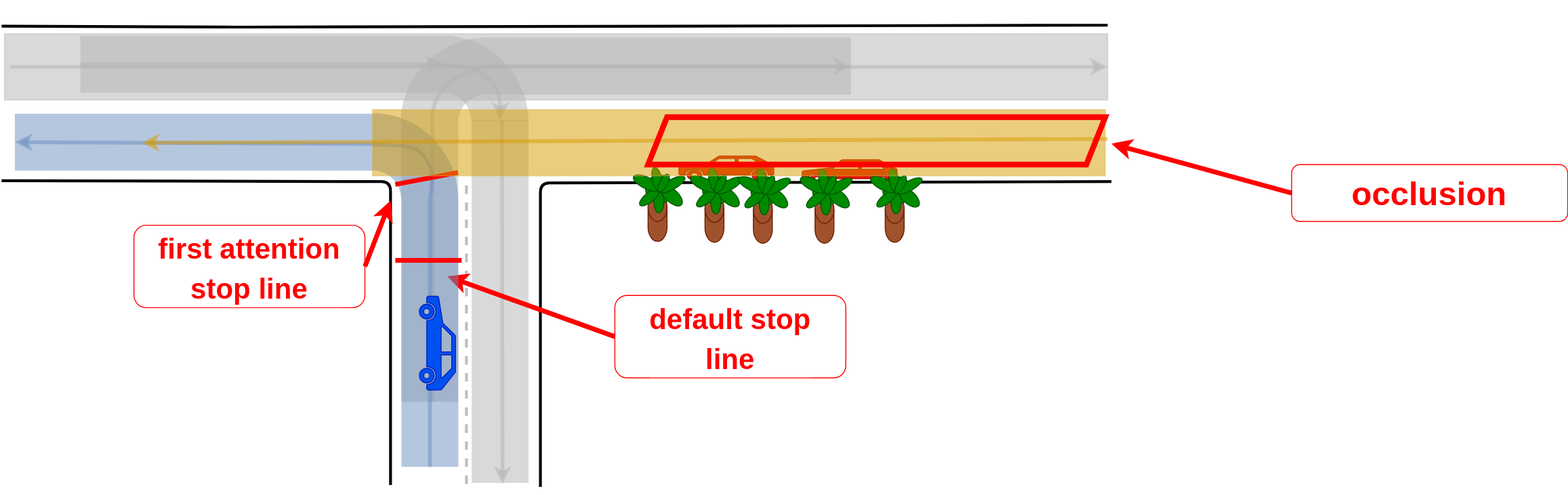
This is pr-5566/planning/behavior_velocity_intersection_module/docs/occlusion-without-tl.drawio.svg from zusizusi/autoware.universe, a draw.io export, as it was before one commit. Source tidied: cells renumbered, new cells last; positions are measured from the earlier drawing's top-left corner, leaving out a move shared by most shapes. Source of this version:
```xml
<mxGraphModel>
  <root>
    <mxCell id="0" />
    <mxCell id="1" parent="0" />
    <mxCell id="2" style="endArrow=none;html=1;strokeWidth=3;" parent="1" edge="1">
      <mxGeometry relative="1" as="geometry">
        <mxPoint y="27" as="sourcePoint" />
        <mxPoint x="1166" y="26" as="targetPoint" />
        <Array as="points">
          <mxPoint x="242" y="28" />
        </Array>
      </mxGeometry>
    </mxCell>
    <mxCell id="3" style="endArrow=none;html=1;strokeWidth=3;" parent="1" edge="1">
      <mxGeometry relative="1" as="geometry">
        <mxPoint y="190" as="sourcePoint" />
        <mxPoint x="410" y="511" as="targetPoint" />
        <Array as="points">
          <mxPoint x="410" y="191" />
        </Array>
      </mxGeometry>
    </mxCell>
    <mxCell id="4" style="endArrow=none;html=1;strokeWidth=3;" parent="1" edge="1">
      <mxGeometry relative="1" as="geometry">
        <mxPoint x="1170" y="191" as="sourcePoint" />
        <mxPoint x="568" y="513" as="targetPoint" />
        <Array as="points">
          <mxPoint x="568" y="192.5" />
        </Array>
      </mxGeometry>
    </mxCell>
    <mxCell id="5" style="endArrow=none;html=1;strokeWidth=3;dashed=1;strokeColor=#BFBFBF;" parent="1" edge="1">
      <mxGeometry relative="1" as="geometry">
        <mxPoint x="490" y="510" as="sourcePoint" />
        <mxPoint x="490" y="191" as="targetPoint" />
      </mxGeometry>
    </mxCell>
    <mxCell id="6" style="group;" parent="1" vertex="1">
      <mxGeometry x="384" y="2" width="511.4" height="421.2" as="geometry" />
    </mxCell>
    <mxCell id="7" style="verticalLabelPosition=bottom;verticalAlign=top;html=1;shape=mxgraph.basic.partConcEllipse;startAngle=0.8627813740139013;endAngle=0.1103675079776549;arcWidth=0.67;fillColor=#B3B3B3;rotation=-40;strokeColor=none;opacity=50;" parent="6" vertex="1">
      <mxGeometry x="36.4" y="37.2" width="181" height="179" as="geometry" />
    </mxCell>
    <mxCell id="8" style="rounded=0;whiteSpace=wrap;html=1;fillColor=#B3B3B3;rotation=0;strokeColor=none;opacity=50;" parent="6" vertex="1">
      <mxGeometry x="126.4" y="37.2" width="385" height="60" as="geometry" />
    </mxCell>
    <mxCell id="9" style="rounded=0;whiteSpace=wrap;html=1;fillColor=#B3B3B3;rotation=-90;strokeColor=none;opacity=50;gradientColor=none;" parent="6" vertex="1">
      <mxGeometry x="-80.1" y="243.7" width="295" height="60" as="geometry" />
    </mxCell>
    <mxCell id="10" style="endArrow=none;html=1;rounded=0;strokeColor=#B3B3B3;strokeWidth=4;opacity=50;exitX=1;exitY=0.5;exitDx=0;exitDy=0;entryX=0.997;entryY=0.547;entryDx=0;entryDy=0;endFill=0;entryPerimeter=0;" parent="6" edge="1" target="9">
      <mxGeometry relative="1" as="geometry">
        <mxPoint x="70" y="421.2" as="sourcePoint" />
      </mxGeometry>
    </mxCell>
    <mxCell id="11" style="curved=1;endArrow=none;html=1;rounded=0;strokeColor=#B3B3B3;strokeWidth=4;opacity=50;entryX=0;entryY=0.5;entryDx=0;entryDy=0;endFill=0;" parent="6" edge="1" source="9" target="8">
      <mxGeometry relative="1" as="geometry">
        <Array as="points">
          <mxPoint x="70" y="80" />
        </Array>
      </mxGeometry>
    </mxCell>
    <mxCell id="12" style="endArrow=classic;html=1;rounded=0;strokeColor=#B3B3B3;strokeWidth=4;opacity=50;exitX=0;exitY=0.5;exitDx=0;exitDy=0;entryX=1;entryY=0.5;entryDx=0;entryDy=0;" parent="6" edge="1" source="8" target="8">
      <mxGeometry relative="1" as="geometry" />
    </mxCell>
    <mxCell id="13" style="group;" parent="1" vertex="1">
      <mxGeometry x="3" y="35" width="1163" height="69.9" as="geometry" />
    </mxCell>
    <mxCell id="14" style="rounded=0;whiteSpace=wrap;html=1;fillColor=#B3B3B3;rotation=-180;fontColor=#333333;strokeColor=#B3B3B3;opacity=50;" parent="13" vertex="1">
      <mxGeometry width="1163" height="69.9" as="geometry" />
    </mxCell>
    <mxCell id="15" style="endArrow=classic;html=1;rounded=0;strokeWidth=4;strokeColor=#B3B3B3;opacity=50;entryX=0;entryY=0.5;entryDx=0;entryDy=0;" parent="13" edge="1" target="14">
      <mxGeometry relative="1" as="geometry">
        <mxPoint x="6.4" y="35" as="sourcePoint" />
      </mxGeometry>
    </mxCell>
    <mxCell id="16" style="group;" parent="1" vertex="1">
      <mxGeometry x="83" width="509.2" height="510" as="geometry" />
    </mxCell>
    <mxCell id="17" style="verticalLabelPosition=bottom;verticalAlign=top;html=1;shape=mxgraph.basic.partConcEllipse;startAngle=0.8627813740139013;endAngle=0.1103675079776549;arcWidth=0.67;fillColor=#B3B3B3;rotation=50;strokeColor=none;opacity=50;" parent="16" vertex="1">
      <mxGeometry x="292" y="37.4" width="181" height="179" as="geometry" />
    </mxCell>
    <mxCell id="18" style="rounded=0;whiteSpace=wrap;html=1;fillColor=#B3B3B3;rotation=90;strokeColor=none;opacity=50;" parent="16" vertex="1">
      <mxGeometry x="251" y="287.4" width="383" height="60" as="geometry" />
    </mxCell>
    <mxCell id="19" style="rounded=0;whiteSpace=wrap;html=1;fillColor=#B3B3B3;rotation=-180;strokeColor=none;opacity=50;" parent="16" vertex="1">
      <mxGeometry y="37.4" width="383" height="60" as="geometry" />
    </mxCell>
    <mxCell id="20" style="endArrow=classic;html=1;rounded=0;strokeColor=#B3B3B3;strokeWidth=4;opacity=50;exitX=1;exitY=0.5;exitDx=0;exitDy=0;entryX=0;entryY=0.5;entryDx=0;entryDy=0;" parent="16" edge="1" source="19" target="19">
      <mxGeometry relative="1" as="geometry" />
    </mxCell>
    <mxCell id="21" style="curved=1;endArrow=classic;html=1;rounded=0;strokeColor=#B3B3B3;strokeWidth=4;opacity=50;exitX=0;exitY=0.5;exitDx=0;exitDy=0;entryX=0;entryY=0.5;entryDx=0;entryDy=0;" parent="16" edge="1" source="19" target="18">
      <mxGeometry relative="1" as="geometry">
        <Array as="points">
          <mxPoint x="443" y="70" />
        </Array>
      </mxGeometry>
    </mxCell>
    <mxCell id="22" style="endArrow=classic;html=1;rounded=0;strokeColor=#B3B3B3;strokeWidth=4;opacity=50;exitX=0.72;exitY=0.234;exitDx=0;exitDy=0;exitPerimeter=0;" parent="16" edge="1" source="17">
      <mxGeometry relative="1" as="geometry">
        <mxPoint x="445" y="510" as="targetPoint" />
      </mxGeometry>
    </mxCell>
    <mxCell id="23" style="group;" parent="1" vertex="1">
      <mxGeometry x="460" y="78" width="620" height="413" as="geometry" />
    </mxCell>
    <mxCell id="24" style="shape=mxgraph.signs.transportation.car_3;html=1;fillColor=#e51400;strokeColor=#B20000;verticalLabelPosition=bottom;verticalAlign=top;align=center;fontColor=#ffffff;" parent="23" vertex="1">
      <mxGeometry x="254" y="86" width="100" height="25" as="geometry" />
    </mxCell>
    <mxCell id="25" value="&lt;b style=&quot;font-size: 30px;&quot;&gt;&lt;font style=&quot;font-size: 30px;&quot;&gt;&lt;font color=&quot;#ff0000&quot;&gt;default stop&lt;br&gt;line&lt;/font&gt;&lt;br&gt;&lt;/font&gt;&lt;/b&gt;" style="rounded=1;whiteSpace=wrap;html=1;labelBackgroundColor=#FFFFFF;strokeColor=#FF0000;fontSize=35;fontColor=#D79B00;fillColor=none;" parent="23" vertex="1">
      <mxGeometry x="186.5" y="233" width="243.5" height="87" as="geometry" />
    </mxCell>
    <mxCell id="26" style="endArrow=classic;html=1;rounded=0;strokeColor=#FF0000;fontSize=35;fontColor=#3333FF;exitX=0;exitY=0.5;exitDx=0;exitDy=0;strokeWidth=5;" parent="1" edge="1" source="25">
      <mxGeometry relative="1" as="geometry">
        <mxPoint x="470" y="291" as="targetPoint" />
      </mxGeometry>
    </mxCell>
    <mxCell id="27" value="&lt;b style=&quot;&quot;&gt;&lt;font color=&quot;#ff0000&quot;&gt;occlusion&lt;/font&gt;&lt;/b&gt;" style="rounded=1;whiteSpace=wrap;html=1;labelBackgroundColor=#FFFFFF;strokeColor=#FF0000;fontSize=35;fontColor=#D79B00;fillColor=none;" parent="1" vertex="1">
      <mxGeometry x="1360" y="173" width="291" height="60" as="geometry" />
    </mxCell>
    <mxCell id="28" style="endArrow=classic;html=1;rounded=0;strokeColor=#FF0000;fontSize=35;fontColor=#3333FF;exitX=0;exitY=0.5;exitDx=0;exitDy=0;strokeWidth=5;" parent="1" edge="1" source="27">
      <mxGeometry relative="1" as="geometry">
        <mxPoint x="1170" y="151" as="targetPoint" />
      </mxGeometry>
    </mxCell>
    <mxCell id="29" style="group;" parent="1" vertex="1">
      <mxGeometry x="14" y="82" width="504.2" height="409.9" as="geometry" />
    </mxCell>
    <mxCell id="30" style="verticalLabelPosition=bottom;verticalAlign=top;html=1;shape=mxgraph.basic.partConcEllipse;startAngle=0.8627813740139013;endAngle=0.1103675079776549;arcWidth=0.67;fillColor=#6C8EBF;rotation=50;strokeColor=none;opacity=50;" parent="29" vertex="1">
      <mxGeometry x="287" y="37.4" width="181" height="179" as="geometry" />
    </mxCell>
    <mxCell id="31" style="rounded=0;whiteSpace=wrap;html=1;fillColor=#6C8EBF;rotation=90;strokeColor=none;opacity=50;" parent="29" vertex="1">
      <mxGeometry x="296" y="238.4" width="283" height="60" as="geometry" />
    </mxCell>
    <mxCell id="32" style="rounded=0;whiteSpace=wrap;html=1;fillColor=#6C8EBF;rotation=0;strokeColor=none;opacity=50;gradientColor=none;" parent="29" vertex="1">
      <mxGeometry y="37.4" width="378" height="60" as="geometry" />
    </mxCell>
    <mxCell id="33" style="endArrow=none;html=1;rounded=0;strokeColor=#6C8EBF;strokeWidth=4;opacity=50;exitX=1;exitY=0.5;exitDx=0;exitDy=0;entryX=0;entryY=0.5;entryDx=0;entryDy=0;endFill=0;" parent="29" edge="1" source="31" target="31">
      <mxGeometry relative="1" as="geometry" />
    </mxCell>
    <mxCell id="34" style="endArrow=classic;html=1;rounded=0;strokeColor=#6C8EBF;strokeWidth=4;opacity=50;exitX=0.262;exitY=0.287;exitDx=0;exitDy=0;entryX=0;entryY=0.5;entryDx=0;entryDy=0;exitPerimeter=0;" parent="29" edge="1" source="30" target="32">
      <mxGeometry relative="1" as="geometry" />
    </mxCell>
    <mxCell id="35" style="curved=1;endArrow=none;html=1;rounded=0;strokeColor=#6C8EBF;strokeWidth=4;opacity=50;exitX=0;exitY=0.5;exitDx=0;exitDy=0;endFill=0;" parent="29" edge="1" source="31">
      <mxGeometry relative="1" as="geometry">
        <mxPoint x="378" y="70" as="targetPoint" />
        <Array as="points">
          <mxPoint x="442" y="101.6" />
          <mxPoint x="432" y="81.6" />
          <mxPoint x="418" y="70" />
        </Array>
      </mxGeometry>
    </mxCell>
    <mxCell id="36" style="shape=mxgraph.signs.transportation.car_3;html=1;fillColor=#0050ef;strokeColor=#001DBC;verticalLabelPosition=bottom;verticalAlign=top;align=center;rotation=90;fontColor=#ffffff;" parent="29" vertex="1">
      <mxGeometry x="396" y="260.4" width="99" height="38" as="geometry" />
    </mxCell>
    <mxCell id="37" style="endArrow=none;html=1;rounded=0;strokeColor=#FF0000;fontSize=30;fontColor=#FF0000;strokeWidth=5;" parent="29" edge="1">
      <mxGeometry relative="1" as="geometry">
        <mxPoint x="401" y="192" as="sourcePoint" />
        <mxPoint x="471" y="192" as="targetPoint" />
      </mxGeometry>
    </mxCell>
    <mxCell id="38" style="shape=mxgraph.signs.transportation.car_3;html=1;fillColor=#e51400;strokeColor=#B20000;verticalLabelPosition=bottom;verticalAlign=top;align=center;fontColor=#ffffff;" parent="1" vertex="1">
      <mxGeometry x="844" y="168" width="100" height="25" as="geometry" />
    </mxCell>
    <mxCell id="39" style="shape=cylinder3;whiteSpace=wrap;html=1;boundedLbl=1;backgroundOutline=1;size=15;fillColor=#a0522d;fontColor=#ffffff;strokeColor=#6D1F00;" parent="1" vertex="1">
      <mxGeometry x="681.5" y="203" width="20" height="51" as="geometry" />
    </mxCell>
    <mxCell id="40" style="verticalLabelPosition=bottom;html=1;verticalAlign=top;align=center;shape=mxgraph.floorplan.plant;fillColor=#008a00;fontColor=#ffffff;strokeColor=#005700;" parent="1" vertex="1">
      <mxGeometry x="668" y="173" width="47" height="51" as="geometry" />
    </mxCell>
    <mxCell id="41" style="shape=cylinder3;whiteSpace=wrap;html=1;boundedLbl=1;backgroundOutline=1;size=15;fillColor=#a0522d;fontColor=#ffffff;strokeColor=#6D1F00;" parent="1" vertex="1">
      <mxGeometry x="741.5" y="204" width="20" height="51" as="geometry" />
    </mxCell>
    <mxCell id="42" style="verticalLabelPosition=bottom;html=1;verticalAlign=top;align=center;shape=mxgraph.floorplan.plant;fillColor=#008a00;fontColor=#ffffff;strokeColor=#005700;" parent="1" vertex="1">
      <mxGeometry x="728" y="174" width="47" height="51" as="geometry" />
    </mxCell>
    <mxCell id="43" style="shape=cylinder3;whiteSpace=wrap;html=1;boundedLbl=1;backgroundOutline=1;size=15;fillColor=#a0522d;fontColor=#ffffff;strokeColor=#6D1F00;" parent="1" vertex="1">
      <mxGeometry x="792.5" y="205" width="20" height="51" as="geometry" />
    </mxCell>
    <mxCell id="44" style="verticalLabelPosition=bottom;html=1;verticalAlign=top;align=center;shape=mxgraph.floorplan.plant;fillColor=#008a00;fontColor=#ffffff;strokeColor=#005700;" parent="1" vertex="1">
      <mxGeometry x="779" y="175" width="47" height="51" as="geometry" />
    </mxCell>
    <mxCell id="45" style="shape=cylinder3;whiteSpace=wrap;html=1;boundedLbl=1;backgroundOutline=1;size=15;fillColor=#a0522d;fontColor=#ffffff;strokeColor=#6D1F00;" parent="1" vertex="1">
      <mxGeometry x="857.5" y="205" width="20" height="51" as="geometry" />
    </mxCell>
    <mxCell id="46" style="verticalLabelPosition=bottom;html=1;verticalAlign=top;align=center;shape=mxgraph.floorplan.plant;fillColor=#008a00;fontColor=#ffffff;strokeColor=#005700;" parent="1" vertex="1">
      <mxGeometry x="844" y="175" width="47" height="51" as="geometry" />
    </mxCell>
    <mxCell id="47" style="shape=cylinder3;whiteSpace=wrap;html=1;boundedLbl=1;backgroundOutline=1;size=15;fillColor=#a0522d;fontColor=#ffffff;strokeColor=#6D1F00;" parent="1" vertex="1">
      <mxGeometry x="931.5" y="205" width="20" height="50" as="geometry" />
    </mxCell>
    <mxCell id="48" style="verticalLabelPosition=bottom;html=1;verticalAlign=top;align=center;shape=mxgraph.floorplan.plant;fillColor=#008a00;fontColor=#ffffff;strokeColor=#005700;" parent="1" vertex="1">
      <mxGeometry x="918" y="175" width="47" height="50" as="geometry" />
    </mxCell>
    <mxCell id="49" value="&lt;b style=&quot;font-size: 30px;&quot;&gt;&lt;font style=&quot;font-size: 30px;&quot;&gt;&lt;font color=&quot;#ff0000&quot;&gt;first attention&lt;br&gt;stop line&lt;/font&gt;&lt;br&gt;&lt;/font&gt;&lt;/b&gt;" style="rounded=1;whiteSpace=wrap;html=1;labelBackgroundColor=#FFFFFF;strokeColor=#FF0000;fontSize=35;fontColor=#D79B00;fillColor=none;" parent="1" vertex="1">
      <mxGeometry x="139.5" y="237" width="243.5" height="87" as="geometry" />
    </mxCell>
    <mxCell id="50" style="endArrow=classic;html=1;rounded=0;strokeColor=#FF0000;fontSize=35;fontColor=#3333FF;exitX=1;exitY=0.5;exitDx=0;exitDy=0;strokeWidth=5;" parent="1" edge="1" source="49">
      <mxGeometry relative="1" as="geometry">
        <mxPoint x="410" y="211" as="targetPoint" />
      </mxGeometry>
    </mxCell>
    <mxCell id="51" style="endArrow=none;html=1;rounded=0;strokeColor=#FF0000;fontSize=30;fontColor=#FF0000;strokeWidth=5;entryX=0.702;entryY=0.018;entryDx=0;entryDy=0;entryPerimeter=0;" parent="1" edge="1" target="30">
      <mxGeometry relative="1" as="geometry">
        <mxPoint x="415" y="194" as="sourcePoint" />
      </mxGeometry>
    </mxCell>
    <mxCell id="52" style="group;rotation=-180;fillColor=#D79B00;strokeColor=#d6b656;opacity=50;" parent="1" vertex="1">
      <mxGeometry x="391" y="115" width="772.5" height="69.9" as="geometry" />
    </mxCell>
    <mxCell id="53" style="endArrow=classic;html=1;rounded=0;strokeWidth=4;strokeColor=#D79B00;opacity=50;entryX=0;entryY=0.5;entryDx=0;entryDy=0;" parent="52" edge="1">
      <mxGeometry relative="1" as="geometry">
        <mxPoint x="775" y="31" as="sourcePoint" />
        <mxPoint x="-243.4" y="35" as="targetPoint" />
      </mxGeometry>
    </mxCell>
    <mxCell id="54" style="shape=parallelogram;perimeter=parallelogramPerimeter;whiteSpace=wrap;html=1;fixedSize=1;strokeColor=#FF0000;strokeWidth=6;fillColor=none;" parent="52" vertex="1">
      <mxGeometry x="290.5" y="8" width="482" height="50" as="geometry" />
    </mxCell>
  </root>
</mxGraphModel>
```
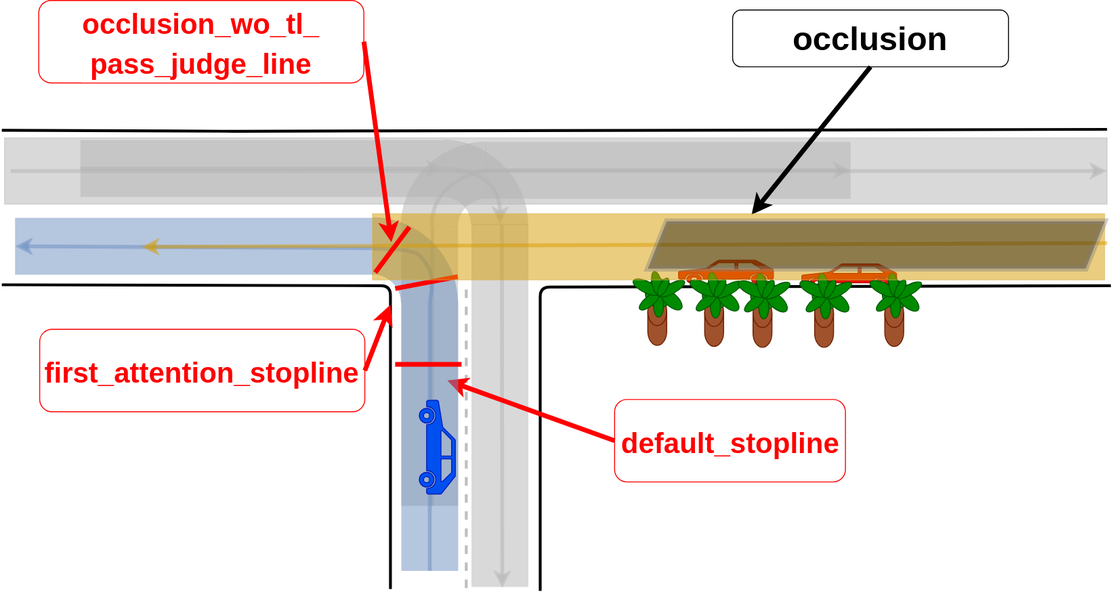
The same file after the commit.

What changed in the source:
```diff
@@ -106,7 +106,7 @@
     <mxCell id="24" style="shape=mxgraph.signs.transportation.car_3;html=1;fillColor=#e51400;strokeColor=#B20000;verticalLabelPosition=bottom;verticalAlign=top;align=center;fontColor=#ffffff;" parent="23" vertex="1">
       <mxGeometry x="254" y="86" width="100" height="25" as="geometry" />
     </mxCell>
-    <mxCell id="25" value="&lt;b style=&quot;font-size: 30px;&quot;&gt;&lt;font style=&quot;font-size: 30px;&quot;&gt;&lt;font color=&quot;#ff0000&quot;&gt;default stop&lt;br&gt;line&lt;/font&gt;&lt;br&gt;&lt;/font&gt;&lt;/b&gt;" style="rounded=1;whiteSpace=wrap;html=1;labelBackgroundColor=#FFFFFF;strokeColor=#FF0000;fontSize=35;fontColor=#D79B00;fillColor=none;" parent="23" vertex="1">
+    <mxCell id="25" value="&lt;b style=&quot;font-size: 30px;&quot;&gt;&lt;font style=&quot;font-size: 30px;&quot;&gt;&lt;font color=&quot;#ff0000&quot;&gt;default_stopline&lt;/font&gt;&lt;br&gt;&lt;/font&gt;&lt;/b&gt;" style="rounded=1;whiteSpace=wrap;html=1;labelBackgroundColor=#FFFFFF;strokeColor=#FF0000;fontSize=35;fontColor=#D79B00;fillColor=none;" parent="23" vertex="1">
       <mxGeometry x="186.5" y="233" width="243.5" height="87" as="geometry" />
     </mxCell>
     <mxCell id="26" style="endArrow=classic;html=1;rounded=0;strokeColor=#FF0000;fontSize=35;fontColor=#3333FF;exitX=0;exitY=0.5;exitDx=0;exitDy=0;strokeWidth=5;" parent="1" edge="1" source="25">
@@ -114,12 +114,12 @@
         <mxPoint x="470" y="291" as="targetPoint" />
       </mxGeometry>
     </mxCell>
-    <mxCell id="27" value="&lt;b style=&quot;&quot;&gt;&lt;font color=&quot;#ff0000&quot;&gt;occlusion&lt;/font&gt;&lt;/b&gt;" style="rounded=1;whiteSpace=wrap;html=1;labelBackgroundColor=#FFFFFF;strokeColor=#FF0000;fontSize=35;fontColor=#D79B00;fillColor=none;" parent="1" vertex="1">
-      <mxGeometry x="1360" y="173" width="291" height="60" as="geometry" />
+    <mxCell id="27" value="&lt;b style=&quot;&quot;&gt;&lt;font color=&quot;#000000&quot;&gt;occlusion&lt;/font&gt;&lt;/b&gt;" style="rounded=1;whiteSpace=wrap;html=1;labelBackgroundColor=#FFFFFF;strokeColor=#000000;fontSize=35;fontColor=#D79B00;fillColor=none;" parent="1" vertex="1">
+      <mxGeometry x="771" y="-100" width="291" height="60" as="geometry" />
     </mxCell>
-    <mxCell id="28" style="endArrow=classic;html=1;rounded=0;strokeColor=#FF0000;fontSize=35;fontColor=#3333FF;exitX=0;exitY=0.5;exitDx=0;exitDy=0;strokeWidth=5;" parent="1" edge="1" source="27">
+    <mxCell id="28" style="endArrow=classic;html=1;rounded=0;strokeColor=#000000;fontSize=35;fontColor=#3333FF;exitX=0.5;exitY=1;exitDx=0;exitDy=0;strokeWidth=5;" parent="1" edge="1" source="27">
       <mxGeometry relative="1" as="geometry">
-        <mxPoint x="1170" y="151" as="targetPoint" />
+        <mxPoint x="791" y="116" as="targetPoint" />
       </mxGeometry>
     </mxCell>
     <mxCell id="29" style="group;" parent="1" vertex="1">
@@ -192,8 +192,8 @@
     <mxCell id="48" style="verticalLabelPosition=bottom;html=1;verticalAlign=top;align=center;shape=mxgraph.floorplan.plant;fillColor=#008a00;fontColor=#ffffff;strokeColor=#005700;" parent="1" vertex="1">
       <mxGeometry x="918" y="175" width="47" height="50" as="geometry" />
     </mxCell>
-    <mxCell id="49" value="&lt;b style=&quot;font-size: 30px;&quot;&gt;&lt;font style=&quot;font-size: 30px;&quot;&gt;&lt;font color=&quot;#ff0000&quot;&gt;first attention&lt;br&gt;stop line&lt;/font&gt;&lt;br&gt;&lt;/font&gt;&lt;/b&gt;" style="rounded=1;whiteSpace=wrap;html=1;labelBackgroundColor=#FFFFFF;strokeColor=#FF0000;fontSize=35;fontColor=#D79B00;fillColor=none;" parent="1" vertex="1">
-      <mxGeometry x="139.5" y="237" width="243.5" height="87" as="geometry" />
+    <mxCell id="49" value="&lt;b style=&quot;font-size: 30px;&quot;&gt;&lt;font style=&quot;font-size: 30px;&quot;&gt;&lt;font color=&quot;#ff0000&quot;&gt;first_attention_stopline&lt;/font&gt;&lt;br&gt;&lt;/font&gt;&lt;/b&gt;" style="rounded=1;whiteSpace=wrap;html=1;labelBackgroundColor=#FFFFFF;strokeColor=#FF0000;fontSize=35;fontColor=#D79B00;fillColor=none;" parent="1" vertex="1">
+      <mxGeometry x="40" y="237" width="343" height="87" as="geometry" />
     </mxCell>
     <mxCell id="50" style="endArrow=classic;html=1;rounded=0;strokeColor=#FF0000;fontSize=35;fontColor=#3333FF;exitX=1;exitY=0.5;exitDx=0;exitDy=0;strokeWidth=5;" parent="1" edge="1" source="49">
       <mxGeometry relative="1" as="geometry">
@@ -214,8 +214,22 @@
         <mxPoint x="-243.4" y="35" as="targetPoint" />
       </mxGeometry>
     </mxCell>
-    <mxCell id="54" style="shape=parallelogram;perimeter=parallelogramPerimeter;whiteSpace=wrap;html=1;fixedSize=1;strokeColor=#FF0000;strokeWidth=6;fillColor=none;" parent="52" vertex="1">
+    <mxCell id="54" style="shape=parallelogram;perimeter=parallelogramPerimeter;whiteSpace=wrap;html=1;fixedSize=1;strokeColor=#808080;strokeWidth=6;fillColor=#000000;gradientColor=none;opacity=40;" parent="52" vertex="1">
       <mxGeometry x="290.5" y="8" width="482" height="50" as="geometry" />
     </mxCell>
+    <mxCell id="55" style="endArrow=none;html=1;rounded=0;strokeColor=#FF0000;fontSize=30;fontColor=#FF0000;strokeWidth=5;" parent="1" edge="1">
+      <mxGeometry relative="1" as="geometry">
+        <mxPoint x="394" y="177" as="sourcePoint" />
+        <mxPoint x="430" y="129" as="targetPoint" />
+      </mxGeometry>
+    </mxCell>
+    <mxCell id="56" value="&lt;b style=&quot;font-size: 30px;&quot;&gt;&lt;font style=&quot;font-size: 30px;&quot;&gt;&lt;font color=&quot;#ff0000&quot;&gt;occlusion_wo_tl_&lt;br&gt;pass_judge_line&lt;/font&gt;&lt;br&gt;&lt;/font&gt;&lt;/b&gt;" style="rounded=1;whiteSpace=wrap;html=1;labelBackgroundColor=#FFFFFF;strokeColor=#FF0000;fontSize=35;fontColor=#D79B00;fillColor=none;" parent="1" vertex="1">
+      <mxGeometry x="39" y="-110" width="343" height="87" as="geometry" />
+    </mxCell>
+    <mxCell id="57" style="endArrow=classic;html=1;rounded=0;strokeColor=#FF0000;fontSize=35;fontColor=#3333FF;exitX=1;exitY=0.5;exitDx=0;exitDy=0;strokeWidth=5;" parent="1" edge="1" source="56">
+      <mxGeometry relative="1" as="geometry">
+        <mxPoint x="411" y="145" as="targetPoint" />
+      </mxGeometry>
+    </mxCell>
   </root>
 </mxGraphModel>
```
